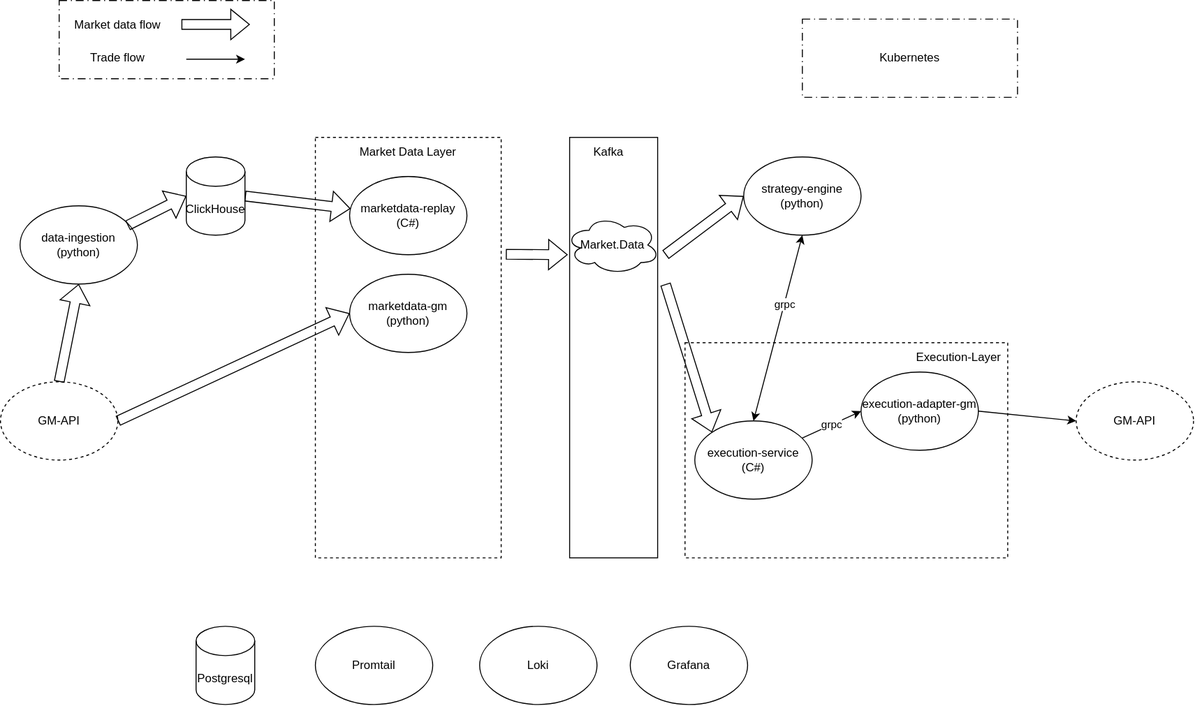
Earlier version of the draw.io export architecture.svg (xianglinyeah/TradingPlatform). Source tidied: cells renumbered, new cells last; positions are measured from the earlier drawing's top-left corner, leaving out a move shared by most shapes. The source it was exported from:
```xml
<mxGraphModel>
  <root>
    <mxCell id="0" />
    <mxCell id="1" parent="0" />
    <mxCell id="2" style="rounded=0;whiteSpace=wrap;html=1;dashed=1;dashPattern=8 4 1 4;" parent="1" vertex="1">
      <mxGeometry x="60" width="220" height="80" as="geometry" />
    </mxCell>
    <mxCell id="3" style="rounded=0;whiteSpace=wrap;html=1;dashed=1;" parent="1" vertex="1">
      <mxGeometry x="700" y="350" width="330" height="220" as="geometry" />
    </mxCell>
    <mxCell id="4" style="rounded=0;whiteSpace=wrap;html=1;dashed=1;" parent="1" vertex="1">
      <mxGeometry x="322" y="140" width="190" height="430" as="geometry" />
    </mxCell>
    <mxCell id="5" value="marketdata-replay&lt;div&gt;(C#)&lt;/div&gt;" style="ellipse;whiteSpace=wrap;html=1;" parent="1" vertex="1">
      <mxGeometry x="357" y="180" width="120" height="80" as="geometry" />
    </mxCell>
    <mxCell id="6" value="marketdata-gm&lt;div&gt;(python)&lt;/div&gt;" style="ellipse;whiteSpace=wrap;html=1;" parent="1" vertex="1">
      <mxGeometry x="357" y="280" width="120" height="80" as="geometry" />
    </mxCell>
    <mxCell id="7" value="Market Data Layer" style="text;html=1;whiteSpace=wrap;strokeColor=none;fillColor=none;align=center;verticalAlign=middle;rounded=0;" parent="1" vertex="1">
      <mxGeometry x="362" y="140" width="110" height="30" as="geometry" />
    </mxCell>
    <mxCell id="8" style="rounded=0;whiteSpace=wrap;html=1;" parent="1" vertex="1">
      <mxGeometry x="582" y="140" width="90" height="430" as="geometry" />
    </mxCell>
    <mxCell id="9" value="Kafka" style="text;html=1;whiteSpace=wrap;strokeColor=none;fillColor=none;align=center;verticalAlign=middle;rounded=0;" parent="1" vertex="1">
      <mxGeometry x="592" y="140" width="60" height="30" as="geometry" />
    </mxCell>
    <mxCell id="10" value="strategy-engine&lt;div&gt;(python)&lt;/div&gt;" style="ellipse;whiteSpace=wrap;html=1;" parent="1" vertex="1">
      <mxGeometry x="760" y="160" width="120" height="80" as="geometry" />
    </mxCell>
    <mxCell id="11" value="execution-service&lt;br&gt;&lt;div&gt;(C#)&lt;/div&gt;" style="ellipse;whiteSpace=wrap;html=1;" parent="1" vertex="1">
      <mxGeometry x="710" y="430" width="120" height="80" as="geometry" />
    </mxCell>
    <mxCell id="12" value="execution-adapter-gm&lt;br&gt;&lt;div&gt;(python)&lt;/div&gt;" style="ellipse;whiteSpace=wrap;html=1;" parent="1" vertex="1">
      <mxGeometry x="880" y="380" width="120" height="80" as="geometry" />
    </mxCell>
    <mxCell id="13" value="Market.Data" style="ellipse;shape=cloud;whiteSpace=wrap;html=1;" parent="1" vertex="1">
      <mxGeometry x="578" y="220" width="96" height="60" as="geometry" />
    </mxCell>
    <mxCell id="14" style="shape=flexArrow;endArrow=classic;html=1;rounded=0;exitX=1.025;exitY=0.278;exitDx=0;exitDy=0;exitPerimeter=0;" parent="1" edge="1" source="4">
      <mxGeometry relative="1" as="geometry">
        <mxPoint x="580" y="260" as="targetPoint" />
      </mxGeometry>
    </mxCell>
    <mxCell id="15" style="shape=flexArrow;endArrow=classic;html=1;rounded=0;entryX=0;entryY=0.5;entryDx=0;entryDy=0;" parent="1" edge="1" target="10">
      <mxGeometry relative="1" as="geometry">
        <mxPoint x="680" y="260" as="sourcePoint" />
      </mxGeometry>
    </mxCell>
    <mxCell id="16" style="shape=flexArrow;endArrow=classic;html=1;rounded=0;entryX=0;entryY=0;entryDx=0;entryDy=0;" parent="1" edge="1" target="11">
      <mxGeometry relative="1" as="geometry">
        <mxPoint x="680" y="290" as="sourcePoint" />
      </mxGeometry>
    </mxCell>
    <mxCell id="17" style="endArrow=classic;startArrow=classic;html=1;rounded=0;exitX=0.5;exitY=0;exitDx=0;exitDy=0;" parent="1" edge="1" source="11">
      <mxGeometry relative="1" as="geometry">
        <mxPoint x="820" y="240" as="targetPoint" />
      </mxGeometry>
    </mxCell>
    <mxCell id="18" value="grpc" style="edgeLabel;html=1;align=center;verticalAlign=middle;" parent="17" vertex="1">
      <mxGeometry x="0.25" relative="1" as="geometry" />
    </mxCell>
    <mxCell id="19" value="data-ingestion&lt;br&gt;&lt;div&gt;(python)&lt;/div&gt;" style="ellipse;whiteSpace=wrap;html=1;" parent="1" vertex="1">
      <mxGeometry x="20" y="210" width="120" height="80" as="geometry" />
    </mxCell>
    <mxCell id="20" value="GM-API" style="ellipse;whiteSpace=wrap;html=1;dashed=1;" parent="1" vertex="1">
      <mxGeometry y="390" width="120" height="80" as="geometry" />
    </mxCell>
    <mxCell id="21" value="ClickHouse" style="shape=cylinder3;whiteSpace=wrap;html=1;boundedLbl=1;backgroundOutline=1;size=15;" parent="1" vertex="1">
      <mxGeometry x="190" y="160" width="60" height="80" as="geometry" />
    </mxCell>
    <mxCell id="22" style="shape=flexArrow;endArrow=classic;html=1;rounded=0;entryX=0;entryY=0.5;entryDx=0;entryDy=0;exitX=1;exitY=0.5;exitDx=0;exitDy=0;" parent="1" edge="1" source="20" target="6">
      <mxGeometry relative="1" as="geometry" />
    </mxCell>
    <mxCell id="23" style="shape=flexArrow;endArrow=classic;html=1;rounded=0;entryX=0.5;entryY=1;entryDx=0;entryDy=0;" parent="1" edge="1" target="19">
      <mxGeometry relative="1" as="geometry">
        <mxPoint x="60" y="390" as="sourcePoint" />
      </mxGeometry>
    </mxCell>
    <mxCell id="24" style="shape=flexArrow;endArrow=classic;html=1;rounded=0;entryX=0;entryY=0.5;entryDx=0;entryDy=0;entryPerimeter=0;" parent="1" edge="1" target="21">
      <mxGeometry relative="1" as="geometry">
        <mxPoint x="130" y="230" as="sourcePoint" />
      </mxGeometry>
    </mxCell>
    <mxCell id="25" style="shape=flexArrow;endArrow=classic;html=1;rounded=0;" parent="1" edge="1" target="5">
      <mxGeometry relative="1" as="geometry">
        <mxPoint x="250" y="200" as="sourcePoint" />
      </mxGeometry>
    </mxCell>
    <mxCell id="26" style="shape=flexArrow;endArrow=classic;html=1;rounded=0;" parent="1" edge="1">
      <mxGeometry relative="1" as="geometry">
        <mxPoint x="185" y="24.5" as="sourcePoint" />
        <mxPoint x="255" y="24.5" as="targetPoint" />
      </mxGeometry>
    </mxCell>
    <mxCell id="27" style="endArrow=classic;html=1;rounded=0;entryX=0;entryY=0.5;entryDx=0;entryDy=0;" parent="1" edge="1" source="11" target="12">
      <mxGeometry relative="1" as="geometry" />
    </mxCell>
    <mxCell id="28" value="grpc" style="edgeLabel;html=1;align=center;verticalAlign=middle;" parent="27" vertex="1">
      <mxGeometry x="-0.01" y="1" relative="1" as="geometry" />
    </mxCell>
    <mxCell id="29" value="Market data flow" style="text;html=1;whiteSpace=wrap;strokeColor=none;fillColor=none;align=center;verticalAlign=middle;rounded=0;" parent="1" vertex="1">
      <mxGeometry x="70" y="10" width="100" height="30" as="geometry" />
    </mxCell>
    <mxCell id="30" value="Trade flow" style="text;html=1;whiteSpace=wrap;strokeColor=none;fillColor=none;align=center;verticalAlign=middle;rounded=0;" parent="1" vertex="1">
      <mxGeometry x="70" y="44" width="100" height="30" as="geometry" />
    </mxCell>
    <mxCell id="31" style="endArrow=classic;html=1;rounded=0;" parent="1" edge="1">
      <mxGeometry relative="1" as="geometry">
        <mxPoint x="190" y="60" as="sourcePoint" />
        <mxPoint x="250" y="60" as="targetPoint" />
      </mxGeometry>
    </mxCell>
    <mxCell id="32" value="Execution-Layer" style="text;html=1;whiteSpace=wrap;strokeColor=none;fillColor=none;align=center;verticalAlign=middle;rounded=0;" parent="1" vertex="1">
      <mxGeometry x="930" y="350" width="100" height="30" as="geometry" />
    </mxCell>
    <mxCell id="33" value="Postgresql" style="shape=cylinder3;whiteSpace=wrap;html=1;boundedLbl=1;backgroundOutline=1;size=15;" parent="1" vertex="1">
      <mxGeometry x="200" y="640" width="60" height="80" as="geometry" />
    </mxCell>
    <mxCell id="34" value="GM-API" style="ellipse;whiteSpace=wrap;html=1;dashed=1;" parent="1" vertex="1">
      <mxGeometry x="1100" y="390" width="120" height="80" as="geometry" />
    </mxCell>
    <mxCell id="35" style="endArrow=classic;html=1;rounded=0;exitX=1;exitY=0.5;exitDx=0;exitDy=0;entryX=0;entryY=0.5;entryDx=0;entryDy=0;" parent="1" edge="1" source="12" target="34">
      <mxGeometry relative="1" as="geometry" />
    </mxCell>
    <mxCell id="36" value="Promtail" style="ellipse;whiteSpace=wrap;html=1;" parent="1" vertex="1">
      <mxGeometry x="322" y="640" width="120" height="80" as="geometry" />
    </mxCell>
    <mxCell id="37" value="Loki" style="ellipse;whiteSpace=wrap;html=1;" parent="1" vertex="1">
      <mxGeometry x="490" y="640" width="120" height="80" as="geometry" />
    </mxCell>
    <mxCell id="38" value="Grafana" style="ellipse;whiteSpace=wrap;html=1;" parent="1" vertex="1">
      <mxGeometry x="644" y="640" width="120" height="80" as="geometry" />
    </mxCell>
    <mxCell id="39" value="Kubernetes" style="rounded=0;whiteSpace=wrap;html=1;dashed=1;dashPattern=8 4 1 4;" parent="1" vertex="1">
      <mxGeometry x="820" y="19" width="220" height="80" as="geometry" />
    </mxCell>
  </root>
</mxGraphModel>
```
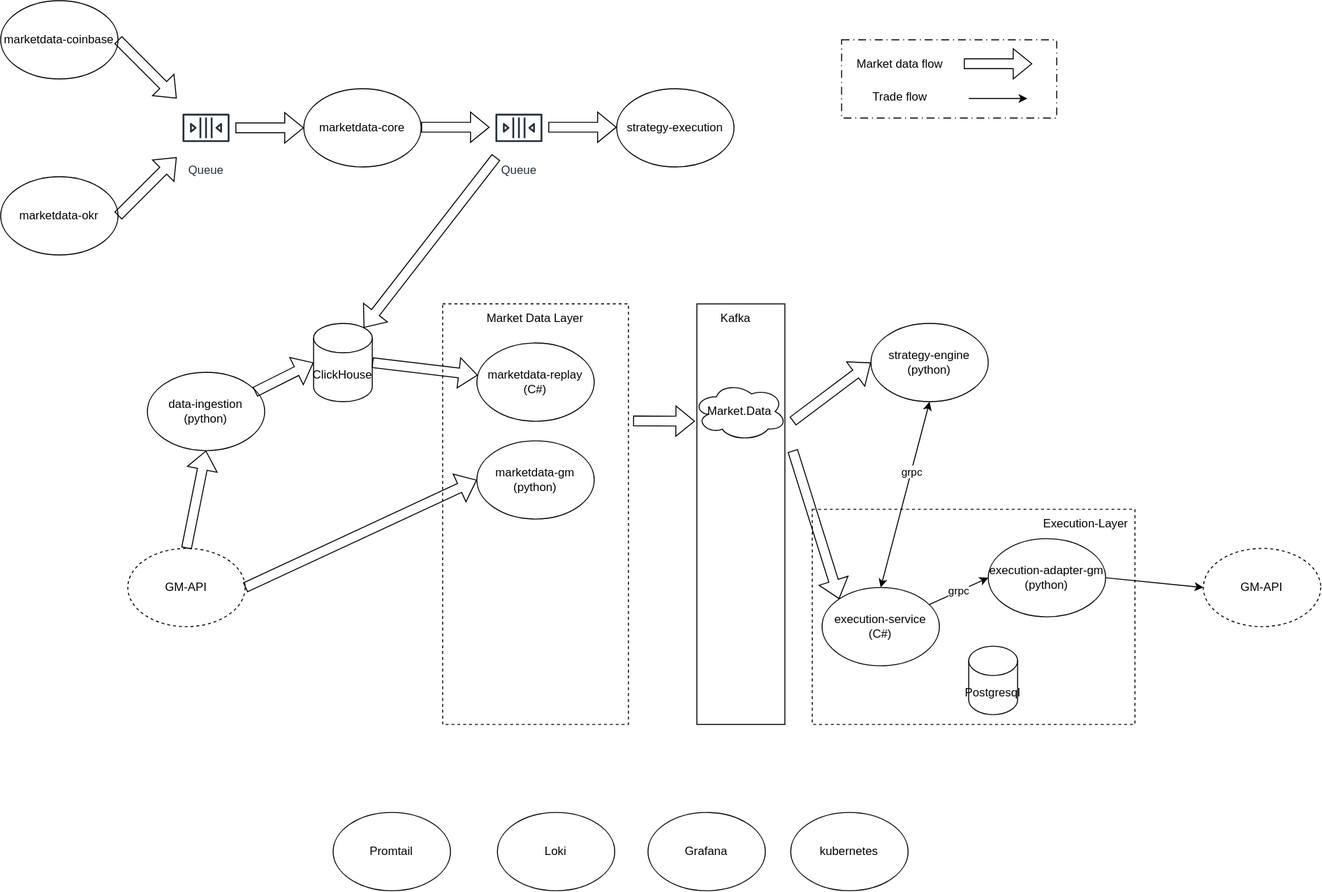
The same file after the commit.

What changed in the source:
```diff
@@ -3,7 +3,7 @@
     <mxCell id="0" />
     <mxCell id="1" parent="0" />
     <mxCell id="2" style="rounded=0;whiteSpace=wrap;html=1;dashed=1;dashPattern=8 4 1 4;" parent="1" vertex="1">
-      <mxGeometry x="60" width="220" height="80" as="geometry" />
+      <mxGeometry x="730" y="-130" width="220" height="80" as="geometry" />
     </mxCell>
     <mxCell id="3" style="rounded=0;whiteSpace=wrap;html=1;dashed=1;" parent="1" vertex="1">
       <mxGeometry x="700" y="350" width="330" height="220" as="geometry" />
@@ -90,8 +90,8 @@
     </mxCell>
     <mxCell id="26" style="shape=flexArrow;endArrow=classic;html=1;rounded=0;" parent="1" edge="1">
       <mxGeometry relative="1" as="geometry">
-        <mxPoint x="185" y="24.5" as="sourcePoint" />
-        <mxPoint x="255" y="24.5" as="targetPoint" />
+        <mxPoint x="855" y="-105.5" as="sourcePoint" />
+        <mxPoint x="925" y="-105.5" as="targetPoint" />
       </mxGeometry>
     </mxCell>
     <mxCell id="27" style="endArrow=classic;html=1;rounded=0;entryX=0;entryY=0.5;entryDx=0;entryDy=0;" parent="1" edge="1" source="11" target="12">
@@ -101,22 +101,22 @@
       <mxGeometry x="-0.01" y="1" relative="1" as="geometry" />
     </mxCell>
     <mxCell id="29" value="Market data flow" style="text;html=1;whiteSpace=wrap;strokeColor=none;fillColor=none;align=center;verticalAlign=middle;rounded=0;" parent="1" vertex="1">
-      <mxGeometry x="70" y="10" width="100" height="30" as="geometry" />
+      <mxGeometry x="740" y="-120" width="100" height="30" as="geometry" />
     </mxCell>
     <mxCell id="30" value="Trade flow" style="text;html=1;whiteSpace=wrap;strokeColor=none;fillColor=none;align=center;verticalAlign=middle;rounded=0;" parent="1" vertex="1">
-      <mxGeometry x="70" y="44" width="100" height="30" as="geometry" />
+      <mxGeometry x="740" y="-86" width="100" height="30" as="geometry" />
     </mxCell>
     <mxCell id="31" style="endArrow=classic;html=1;rounded=0;" parent="1" edge="1">
       <mxGeometry relative="1" as="geometry">
-        <mxPoint x="190" y="60" as="sourcePoint" />
-        <mxPoint x="250" y="60" as="targetPoint" />
+        <mxPoint x="860" y="-70" as="sourcePoint" />
+        <mxPoint x="920" y="-70" as="targetPoint" />
       </mxGeometry>
     </mxCell>
     <mxCell id="32" value="Execution-Layer" style="text;html=1;whiteSpace=wrap;strokeColor=none;fillColor=none;align=center;verticalAlign=middle;rounded=0;" parent="1" vertex="1">
       <mxGeometry x="930" y="350" width="100" height="30" as="geometry" />
     </mxCell>
     <mxCell id="33" value="Postgresql" style="shape=cylinder3;whiteSpace=wrap;html=1;boundedLbl=1;backgroundOutline=1;size=15;" parent="1" vertex="1">
-      <mxGeometry x="200" y="640" width="60" height="80" as="geometry" />
+      <mxGeometry x="860" y="490" width="50" height="70" as="geometry" />
     </mxCell>
     <mxCell id="34" value="GM-API" style="ellipse;whiteSpace=wrap;html=1;dashed=1;" parent="1" vertex="1">
       <mxGeometry x="1100" y="390" width="120" height="80" as="geometry" />
@@ -125,16 +125,60 @@
       <mxGeometry relative="1" as="geometry" />
     </mxCell>
     <mxCell id="36" value="Promtail" style="ellipse;whiteSpace=wrap;html=1;" parent="1" vertex="1">
-      <mxGeometry x="322" y="640" width="120" height="80" as="geometry" />
+      <mxGeometry x="210" y="660" width="120" height="80" as="geometry" />
     </mxCell>
     <mxCell id="37" value="Loki" style="ellipse;whiteSpace=wrap;html=1;" parent="1" vertex="1">
-      <mxGeometry x="490" y="640" width="120" height="80" as="geometry" />
+      <mxGeometry x="378" y="660" width="120" height="80" as="geometry" />
     </mxCell>
     <mxCell id="38" value="Grafana" style="ellipse;whiteSpace=wrap;html=1;" parent="1" vertex="1">
-      <mxGeometry x="644" y="640" width="120" height="80" as="geometry" />
+      <mxGeometry x="532" y="660" width="120" height="80" as="geometry" />
     </mxCell>
-    <mxCell id="39" value="Kubernetes" style="rounded=0;whiteSpace=wrap;html=1;dashed=1;dashPattern=8 4 1 4;" parent="1" vertex="1">
-      <mxGeometry x="820" y="19" width="220" height="80" as="geometry" />
-    </mxCell>
+    <mxCell id="40" value="marketdata-coinbase" style="ellipse;whiteSpace=wrap;html=1;" parent="1" vertex="1">
+      <mxGeometry x="-130" y="-170" width="120" height="80" as="geometry" />
+    </mxCell>
+    <mxCell id="41" value="marketdata-okr" style="ellipse;whiteSpace=wrap;html=1;" parent="1" vertex="1">
+      <mxGeometry x="-130" y="10" width="120" height="80" as="geometry" />
+    </mxCell>
+    <mxCell id="42" value="marketdata-core" style="ellipse;whiteSpace=wrap;html=1;" parent="1" vertex="1">
+      <mxGeometry x="180" y="-80" width="120" height="80" as="geometry" />
+    </mxCell>
+    <mxCell id="43" value="Queue" style="sketch=0;outlineConnect=0;fontColor=#232F3E;gradientColor=none;strokeColor=#232F3E;fillColor=#ffffff;dashed=0;verticalLabelPosition=bottom;verticalAlign=top;align=center;html=1;fontSize=12;fontStyle=0;shape=mxgraph.aws4.resourceIcon;resIcon=mxgraph.aws4.queue;" parent="1" vertex="1">
+      <mxGeometry x="50" y="-70" width="60" height="60" as="geometry" />
+    </mxCell>
+    <mxCell id="44" value="kubernetes" style="ellipse;whiteSpace=wrap;html=1;" parent="1" vertex="1">
+      <mxGeometry x="678" y="660" width="120" height="80" as="geometry" />
+    </mxCell>
+    <mxCell id="45" value="Queue" style="sketch=0;outlineConnect=0;fontColor=#232F3E;gradientColor=none;strokeColor=#232F3E;fillColor=#ffffff;dashed=0;verticalLabelPosition=bottom;verticalAlign=top;align=center;html=1;fontSize=12;fontStyle=0;shape=mxgraph.aws4.resourceIcon;resIcon=mxgraph.aws4.queue;" parent="1" vertex="1">
+      <mxGeometry x="370" y="-70" width="60" height="60" as="geometry" />
+    </mxCell>
+    <mxCell id="46" value="strategy-execution" style="ellipse;whiteSpace=wrap;html=1;" parent="1" vertex="1">
+      <mxGeometry x="500" y="-80" width="120" height="80" as="geometry" />
+    </mxCell>
+    <mxCell id="47" style="shape=flexArrow;endArrow=classic;html=1;rounded=0;exitX=1;exitY=0.5;exitDx=0;exitDy=0;" parent="1" edge="1" target="43">
+      <mxGeometry relative="1" as="geometry">
+        <mxPoint x="-10" y="-130" as="sourcePoint" />
+      </mxGeometry>
+    </mxCell>
+    <mxCell id="48" style="shape=flexArrow;endArrow=classic;html=1;rounded=0;exitX=1;exitY=0.5;exitDx=0;exitDy=0;" parent="1" edge="1" source="41" target="43">
+      <mxGeometry relative="1" as="geometry" />
+    </mxCell>
+    <mxCell id="49" style="shape=flexArrow;endArrow=classic;html=1;rounded=0;entryX=0;entryY=0.5;entryDx=0;entryDy=0;" parent="1" edge="1" source="43" target="42">
+      <mxGeometry relative="1" as="geometry" />
+    </mxCell>
+    <mxCell id="50" style="shape=flexArrow;endArrow=classic;html=1;rounded=0;entryX=0;entryY=0.5;entryDx=0;entryDy=0;" parent="1" edge="1">
+      <mxGeometry relative="1" as="geometry">
+        <mxPoint x="300" y="-40.6" as="sourcePoint" />
+        <mxPoint x="370" y="-40.6" as="targetPoint" />
+      </mxGeometry>
+    </mxCell>
+    <mxCell id="51" style="shape=flexArrow;endArrow=classic;html=1;rounded=0;entryX=0;entryY=0.5;entryDx=0;entryDy=0;" parent="1" edge="1">
+      <mxGeometry relative="1" as="geometry">
+        <mxPoint x="430" y="-40.6" as="sourcePoint" />
+        <mxPoint x="500" y="-40.6" as="targetPoint" />
+      </mxGeometry>
+    </mxCell>
+    <mxCell id="52" style="shape=flexArrow;endArrow=classic;html=1;rounded=0;entryX=0.855;entryY=0;entryDx=0;entryDy=4.35;entryPerimeter=0;" parent="1" edge="1" source="45" target="21">
+      <mxGeometry relative="1" as="geometry" />
+    </mxCell>
   </root>
 </mxGraphModel>
```
